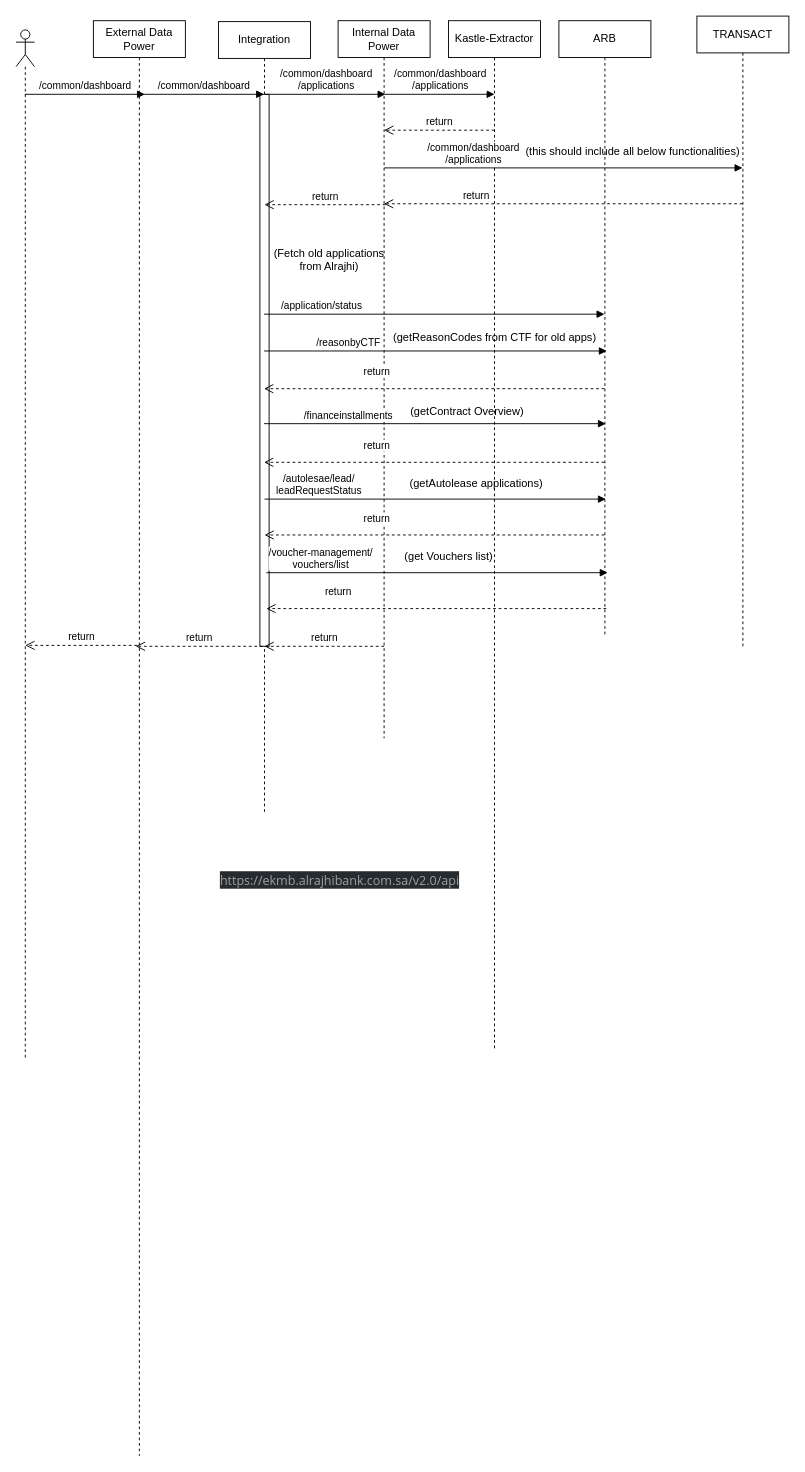
Above: page "Page-1" (1 of 2) of Dashboard.drawio in MHosnii/Migration (draw.io), before the change. Source tidied: cells renumbered, new cells numbered last; positions are measured from the earlier drawing's top-left corner, leaving out a move shared by most shapes. Both pictures are drawn from the tidied source at 92%, with x=0, y=0 at pixel (16, 16).
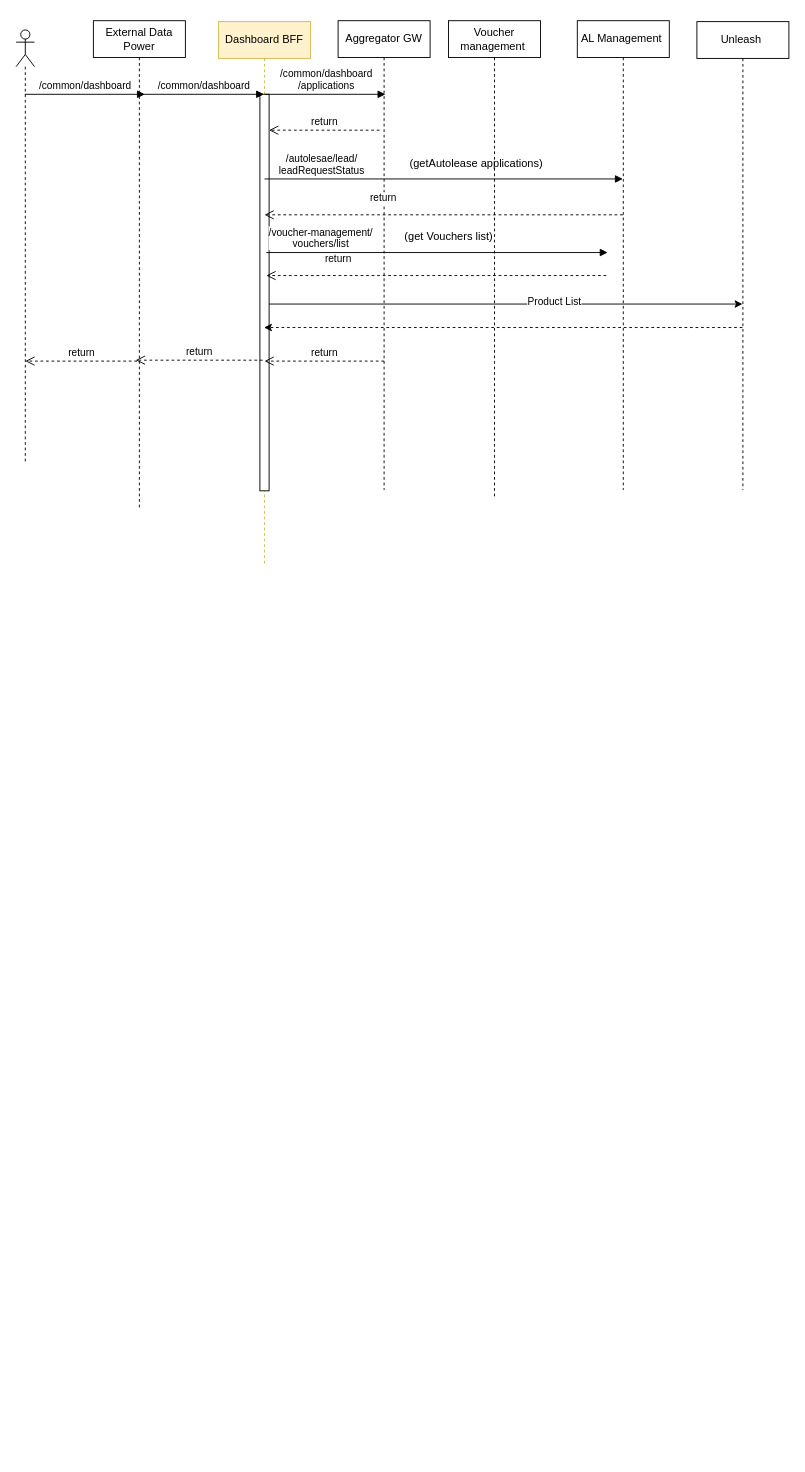
After the change.

Diff of the diagram source:
```diff
@@
     <mxCell id="2" style="shape=umlLifeline;perimeter=lifelinePerimeter;whiteSpace=wrap;html=1;newEdgeStyle={&quot;curved&quot;:0,&quot;rounded&quot;:0};participant=umlActor;" parent="1" vertex="1">
-      <mxGeometry y="15" width="20" height="1120" as="geometry" />
+      <mxGeometry y="15" width="20" height="470" as="geometry" />
     </mxCell>
     <mxCell id="3" value="External Data Power" style="shape=umlLifeline;perimeter=lifelinePerimeter;whiteSpace=wrap;html=1;newEdgeStyle={&quot;curved&quot;:0,&quot;rounded&quot;:0};" parent="1" vertex="1">
-      <mxGeometry x="84" y="5" width="100" height="1560" as="geometry" />
+      <mxGeometry x="84" y="5" width="100" height="530" as="geometry" />
     </mxCell>
@@
-    <mxCell id="5" value="Integration" style="shape=umlLifeline;perimeter=lifelinePerimeter;whiteSpace=wrap;html=1;outlineConnect=0;portConstraint=eastwest;newEdgeStyle={&quot;curved&quot;:0,&quot;rounded&quot;:0};" parent="1" vertex="1">
-      <mxGeometry x="220" y="6" width="100" height="859" as="geometry" />
+    <mxCell id="5" value="Dashboard BFF" style="shape=umlLifeline;perimeter=lifelinePerimeter;whiteSpace=wrap;html=1;outlineConnect=0;portConstraint=eastwest;newEdgeStyle={&quot;curved&quot;:0,&quot;rounded&quot;:0};fillColor=#fff2cc;strokeColor=#d6b656;" parent="1" vertex="1">
+      <mxGeometry x="220" y="6" width="100" height="589" as="geometry" />
     </mxCell>
     <mxCell id="6" style="html=1;perimeter=orthogonalPerimeter;targetShapes=umlLifeline;newEdgeStyle={&quot;curved&quot;:0,&quot;rounded&quot;:0};" parent="5" vertex="1">
-      <mxGeometry x="45" y="79" width="10" height="600" as="geometry" />
+      <mxGeometry x="45" y="79" width="10" height="431" as="geometry" />
     </mxCell>
     <mxCell id="7" value="return" style="html=1;verticalAlign=bottom;endArrow=open;dashed=1;endSize=8;curved=0;rounded=0;" parent="1" edge="1">
       <mxGeometry relative="1" as="geometry">
-        <mxPoint x="131.5" y="684" as="sourcePoint" />
-        <mxPoint x="10" y="684" as="targetPoint" />
+        <mxPoint x="131.5" y="375" as="sourcePoint" />
+        <mxPoint x="10" y="375" as="targetPoint" />
       </mxGeometry>
     </mxCell>
@@
     <mxCell id="9" value="return" style="html=1;verticalAlign=bottom;endArrow=open;dashed=1;endSize=8;curved=0;rounded=0;" parent="1" edge="1">
       <mxGeometry relative="1" as="geometry">
-        <mxPoint x="268" y="685" as="sourcePoint" />
-        <mxPoint x="130" y="685" as="targetPoint" />
+        <mxPoint x="268" y="374" as="sourcePoint" />
+        <mxPoint x="130" y="374" as="targetPoint" />
       </mxGeometry>
     </mxCell>
-    <mxCell id="10" value="Internal Data Power" style="shape=umlLifeline;perimeter=lifelinePerimeter;whiteSpace=wrap;html=1;newEdgeStyle={&quot;curved&quot;:0,&quot;rounded&quot;:0};" parent="1" vertex="1">
-      <mxGeometry x="350" y="5" width="100" height="780" as="geometry" />
+    <mxCell id="10" value="Aggregator GW" style="shape=umlLifeline;perimeter=lifelinePerimeter;whiteSpace=wrap;html=1;newEdgeStyle={&quot;curved&quot;:0,&quot;rounded&quot;:0};" parent="1" vertex="1">
+      <mxGeometry x="350" y="5" width="100" height="510" as="geometry" />
     </mxCell>
@@
-    <mxCell id="12" value="return" style="html=1;verticalAlign=bottom;endArrow=open;dashed=1;endSize=8;curved=0;rounded=0;" parent="1" edge="1">
-      <mxGeometry relative="1" as="geometry">
-        <mxPoint x="401.5" y="205" as="sourcePoint" />
-        <mxPoint x="270" y="205" as="targetPoint" />
-      </mxGeometry>
-    </mxCell>
-    <mxCell id="13" value="Kastle-Extractor" style="shape=umlLifeline;perimeter=lifelinePerimeter;whiteSpace=wrap;html=1;newEdgeStyle={&quot;curved&quot;:0,&quot;rounded&quot;:0};" parent="1" vertex="1">
-      <mxGeometry x="470" y="5" width="100" height="1120" as="geometry" />
-    </mxCell>
-    <mxCell id="14" value="/common/dashboard&lt;div&gt;/applications&lt;/div&gt;" style="html=1;verticalAlign=bottom;endArrow=block;curved=0;rounded=0;" parent="1" edge="1">
-      <mxGeometry relative="1" as="geometry">
-        <mxPoint x="400.5" y="85" as="sourcePoint" />
-        <mxPoint x="520" y="85" as="targetPoint" />
-      </mxGeometry>
-    </mxCell>
     <mxCell id="15" value="return" style="html=1;verticalAlign=bottom;endArrow=open;dashed=1;endSize=8;curved=0;rounded=0;" parent="1" edge="1">
       <mxGeometry relative="1" as="geometry">
-        <mxPoint x="520" y="124" as="sourcePoint" />
-        <mxPoint x="400" y="124" as="targetPoint" />
+        <mxPoint x="395" y="124" as="sourcePoint" />
+        <mxPoint x="275" y="124" as="targetPoint" />
       </mxGeometry>
     </mxCell>
-    <mxCell id="16" value="ARB" style="shape=umlLifeline;perimeter=lifelinePerimeter;whiteSpace=wrap;html=1;newEdgeStyle={&quot;curved&quot;:0,&quot;rounded&quot;:0};" parent="1" vertex="1">
-      <mxGeometry x="590" y="5" width="100" height="670" as="geometry" />
+    <mxCell id="16" value="Voucher management&amp;nbsp;" style="shape=umlLifeline;perimeter=lifelinePerimeter;whiteSpace=wrap;html=1;newEdgeStyle={&quot;curved&quot;:0,&quot;rounded&quot;:0};" parent="1" vertex="1">
+      <mxGeometry x="470" y="5" width="100" height="520" as="geometry" />
     </mxCell>
-    <mxCell id="17" value="/common/dashboard&lt;div&gt;/applications&lt;/div&gt;" style="html=1;verticalAlign=bottom;endArrow=block;curved=0;rounded=0;" parent="1" edge="1" target="25">
-      <mxGeometry x="-0.5" relative="1" as="geometry">
-        <mxPoint x="400.2" y="165" as="sourcePoint" />
-      </mxGeometry>
-    </mxCell>
-    <mxCell id="18" value="return" style="html=1;verticalAlign=bottom;endArrow=open;dashed=1;endSize=8;curved=0;rounded=0;" parent="1" edge="1" source="25">
-      <mxGeometry x="0.49" relative="1" as="geometry">
-        <mxPoint x="399.8" y="204" as="targetPoint" />
-      </mxGeometry>
-    </mxCell>
-    <mxCell id="19" value="&lt;span style=&quot;color: rgb(160, 160, 160); font-family: &amp;quot;Open Sans&amp;quot;, Helvetica, Arial, sans-serif; font-size: 13.6px; font-style: normal; font-variant-ligatures: normal; font-variant-caps: normal; font-weight: 500; letter-spacing: normal; orphans: 2; text-align: start; text-indent: 0px; text-transform: none; widows: 2; word-spacing: 0px; -webkit-text-stroke-width: 0px; white-space: normal; background-color: rgb(38, 43, 47); text-decoration-thickness: initial; text-decoration-style: initial; text-decoration-color: initial; display: inline !important; float: none;&quot;&gt;https://ekmb.alrajhibank.com.sa/v2.0/api&lt;/span&gt;" style="text;whiteSpace=wrap;html=1;" parent="1" vertex="1">
-      <mxGeometry x="220" y="925" width="280" height="40" as="geometry" />
-    </mxCell>
-    <mxCell id="20" value="/application/status" style="html=1;verticalAlign=bottom;endArrow=block;curved=0;rounded=0;" parent="1" edge="1">
-      <mxGeometry x="-0.67" relative="1" as="geometry">
-        <mxPoint x="269.5" y="324" as="sourcePoint" />
-        <mxPoint x="639.5" y="324" as="targetPoint" />
-        <mxPoint x="1" as="offset" />
-      </mxGeometry>
-    </mxCell>
-    <mxCell id="21" value="return" style="html=1;verticalAlign=bottom;endArrow=open;dashed=1;endSize=8;curved=0;rounded=0;" parent="1" edge="1" target="5">
-      <mxGeometry x="0.34" y="-9" relative="1" as="geometry">
-        <mxPoint x="639.5" y="485" as="sourcePoint" />
-      </mxGeometry>
-    </mxCell>
-    <mxCell id="22" value="/reasonbyCTF" style="html=1;verticalAlign=bottom;endArrow=block;curved=0;rounded=0;" parent="1" edge="1" source="5">
-      <mxGeometry x="-0.51" relative="1" as="geometry">
-        <mxPoint x="642" y="364" as="targetPoint" />
-      </mxGeometry>
-    </mxCell>
-    <mxCell id="23" value="/financeinstallments" style="html=1;verticalAlign=bottom;endArrow=block;curved=0;rounded=0;" parent="1" edge="1" source="5">
-      <mxGeometry x="-0.51" relative="1" as="geometry">
-        <mxPoint x="641" y="443" as="targetPoint" />
-      </mxGeometry>
-    </mxCell>
-    <mxCell id="24" value="return" style="html=1;verticalAlign=bottom;endArrow=open;dashed=1;endSize=8;curved=0;rounded=0;" parent="1" edge="1" target="5">
-      <mxGeometry x="0.34" y="-9" relative="1" as="geometry">
-        <mxPoint x="639.5" y="405" as="sourcePoint" />
-      </mxGeometry>
-    </mxCell>
-    <mxCell id="25" value="TRANSACT" style="shape=umlLifeline;perimeter=lifelinePerimeter;whiteSpace=wrap;html=1;outlineConnect=0;portConstraint=eastwest;newEdgeStyle={&quot;curved&quot;:0,&quot;rounded&quot;:0};" parent="1" vertex="1">
-      <mxGeometry x="740" width="100" height="685" as="geometry" />
-    </mxCell>
     <mxCell id="26" value="return" style="html=1;verticalAlign=bottom;endArrow=open;dashed=1;endSize=8;curved=0;rounded=0;" parent="1" edge="1">
       <mxGeometry x="0.34" y="-9" relative="1" as="geometry">
-        <mxPoint x="639.5" y="564" as="sourcePoint" />
-        <mxPoint x="270" y="564" as="targetPoint" />
+        <mxPoint x="659.5" y="216" as="sourcePoint" />
+        <mxPoint x="270" y="216" as="targetPoint" />
       </mxGeometry>
     </mxCell>
     <mxCell id="27" value="/autolesae/lead/&lt;div&gt;leadRequestStatus&lt;/div&gt;" style="html=1;verticalAlign=bottom;endArrow=block;curved=0;rounded=0;" parent="1" edge="1">
       <mxGeometry x="-0.68" relative="1" as="geometry">
-        <mxPoint x="270" y="525" as="sourcePoint" />
-        <mxPoint x="641" y="525" as="targetPoint" />
+        <mxPoint x="270" y="177" as="sourcePoint" />
+        <mxPoint x="659.5" y="177" as="targetPoint" />
       </mxGeometry>
     </mxCell>
     <mxCell id="28" value="return" style="html=1;verticalAlign=bottom;endArrow=open;dashed=1;endSize=8;curved=0;rounded=0;" parent="1" edge="1">
       <mxGeometry x="0.58" y="-9" relative="1" as="geometry">
-        <mxPoint x="641.5" y="644" as="sourcePoint" />
-        <mxPoint x="272" y="644" as="targetPoint" />
+        <mxPoint x="641.5" y="282" as="sourcePoint" />
+        <mxPoint x="272" y="282" as="targetPoint" />
       </mxGeometry>
     </mxCell>
     <mxCell id="29" value="/voucher-management/&lt;div&gt;vouchers/list&lt;/div&gt;" style="html=1;verticalAlign=bottom;endArrow=block;curved=0;rounded=0;" parent="1" edge="1">
       <mxGeometry x="-0.68" relative="1" as="geometry">
-        <mxPoint x="272" y="605" as="sourcePoint" />
-        <mxPoint x="643" y="605" as="targetPoint" />
+        <mxPoint x="272" y="257" as="sourcePoint" />
+        <mxPoint x="643" y="257" as="targetPoint" />
       </mxGeometry>
     </mxCell>
     <mxCell id="30" value="return" style="html=1;verticalAlign=bottom;endArrow=open;dashed=1;endSize=8;curved=0;rounded=0;" parent="1" edge="1">
       <mxGeometry relative="1" as="geometry">
-        <mxPoint x="400" y="685" as="sourcePoint" />
-        <mxPoint x="270" y="685" as="targetPoint" />
+        <mxPoint x="400" y="375" as="sourcePoint" />
+        <mxPoint x="270" y="375" as="targetPoint" />
       </mxGeometry>
     </mxCell>
-    <mxCell id="31" value="(Fetch old applications&lt;div&gt;from Alrajhi)&lt;/div&gt;" style="text;html=1;align=center;verticalAlign=middle;strokeColor=none;fillColor=none;" parent="1" vertex="1">
-      <mxGeometry x="270" y="245" width="140" height="40" as="geometry" />
-    </mxCell>
-    <mxCell id="32" value="(getReasonCodes from CTF for old apps)" style="text;html=1;align=center;verticalAlign=middle;strokeColor=none;fillColor=none;" parent="1" vertex="1">
-      <mxGeometry x="400" y="335" width="240" height="30" as="geometry" />
-    </mxCell>
-    <mxCell id="33" value="(getContract Overview)" style="text;html=1;align=center;verticalAlign=middle;strokeColor=none;fillColor=none;" parent="1" vertex="1">
-      <mxGeometry x="415" y="415" width="150" height="30" as="geometry" />
-    </mxCell>
     <mxCell id="34" value="(getAutolease applications)" style="text;html=1;align=center;verticalAlign=middle;strokeColor=none;fillColor=none;" parent="1" vertex="1">
-      <mxGeometry x="415" y="493" width="170" height="30" as="geometry" />
+      <mxGeometry x="415" y="145" width="170" height="30" as="geometry" />
     </mxCell>
     <mxCell id="35" value="(get Vouchers list)" style="text;html=1;align=center;verticalAlign=middle;strokeColor=none;fillColor=none;" parent="1" vertex="1">
-      <mxGeometry x="410" y="573" width="120" height="30" as="geometry" />
+      <mxGeometry x="410" y="225" width="120" height="30" as="geometry" />
     </mxCell>
-    <mxCell id="36" value="(this should include all below functionalities)" style="text;html=1;align=center;verticalAlign=middle;strokeColor=none;fillColor=none;" parent="1" vertex="1">
-      <mxGeometry x="540" y="133" width="260" height="30" as="geometry" />
-    </mxCell>
+    <mxCell id="37" value="AL Management&amp;nbsp;" style="shape=umlLifeline;perimeter=lifelinePerimeter;whiteSpace=wrap;html=1;newEdgeStyle={&quot;curved&quot;:0,&quot;rounded&quot;:0};" parent="1" vertex="1">
+      <mxGeometry x="610" y="5" width="100" height="510" as="geometry" />
+    </mxCell>
+    <mxCell id="38" style="rounded=0;orthogonalLoop=1;jettySize=auto;html=1;dashed=1;" parent="1" edge="1">
+      <mxGeometry relative="1" as="geometry">
+        <mxPoint x="789.5" y="338.5" as="sourcePoint" />
+        <mxPoint x="269.5" y="338.5" as="targetPoint" />
+      </mxGeometry>
+    </mxCell>
+    <mxCell id="39" value="Unleash&amp;nbsp;" style="shape=umlLifeline;perimeter=lifelinePerimeter;whiteSpace=wrap;html=1;newEdgeStyle={&quot;curved&quot;:0,&quot;rounded&quot;:0};" parent="1" vertex="1">
+      <mxGeometry x="740" y="6" width="100" height="509" as="geometry" />
+    </mxCell>
+    <mxCell id="40" style="rounded=0;orthogonalLoop=1;jettySize=auto;html=1;" parent="1" edge="1">
+      <mxGeometry relative="1" as="geometry">
+        <mxPoint x="275" y="313" as="sourcePoint" />
+        <mxPoint x="789.5" y="313" as="targetPoint" />
+      </mxGeometry>
+    </mxCell>
+    <mxCell id="41" value="Product List" style="edgeLabel;html=1;align=center;verticalAlign=middle;" parent="40" vertex="1">
+      <mxGeometry x="0.2" y="3" relative="1" as="geometry" />
+    </mxCell>
```
